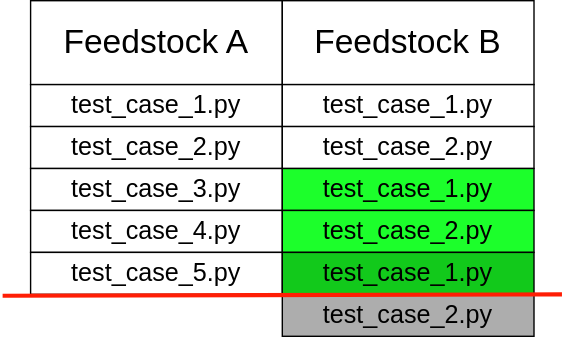
Above: docs/assets/integration-tests/scenarios-extension-2-dark.svg in regro/cf-scripts (draw.io), before the change. Source tidied: cells renumbered, new cells last; positions are measured from the earlier drawing's top-left corner, leaving out a move shared by most shapes.
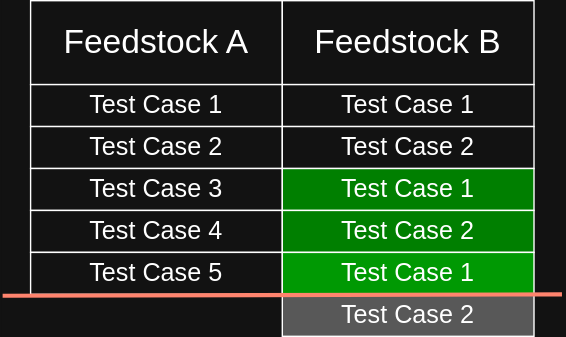
After the change.

What changed in the source:
```diff
@@ -8,37 +8,37 @@
     <mxCell id="3" value="&lt;font style=&quot;font-size: 24px;&quot; face=&quot;Helvetica&quot;&gt;Feedstock B&lt;/font&gt;" style="rounded=0;whiteSpace=wrap;html=1;" parent="1" vertex="1">
       <mxGeometry x="200" width="180" height="60" as="geometry" />
     </mxCell>
-    <mxCell id="4" value="&lt;font style=&quot;font-size: 18px;&quot; face=&quot;Helvetica&quot;&gt;test_case_1.py&lt;/font&gt;" style="rounded=0;whiteSpace=wrap;html=1;" parent="1" vertex="1">
+    <mxCell id="4" value="&lt;font style=&quot;font-size: 18px;&quot; face=&quot;Helvetica&quot;&gt;Test Case 1&lt;/font&gt;" style="rounded=0;whiteSpace=wrap;html=1;" parent="1" vertex="1">
       <mxGeometry x="20" y="60" width="180" height="30" as="geometry" />
     </mxCell>
-    <mxCell id="5" value="&lt;font style=&quot;font-size: 18px;&quot; face=&quot;Helvetica&quot;&gt;test_case_2.py&lt;/font&gt;" style="rounded=0;whiteSpace=wrap;html=1;" parent="1" vertex="1">
+    <mxCell id="5" value="&lt;font style=&quot;font-size: 18px;&quot; face=&quot;Helvetica&quot;&gt;Test Case 2&lt;/font&gt;" style="rounded=0;whiteSpace=wrap;html=1;" parent="1" vertex="1">
       <mxGeometry x="20" y="90" width="180" height="30" as="geometry" />
     </mxCell>
-    <mxCell id="6" value="&lt;font style=&quot;font-size: 18px;&quot; face=&quot;Helvetica&quot;&gt;test_case_3.py&lt;/font&gt;" style="rounded=0;whiteSpace=wrap;html=1;" parent="1" vertex="1">
+    <mxCell id="6" value="&lt;font style=&quot;font-size: 18px;&quot; face=&quot;Helvetica&quot;&gt;Test Case 3&lt;/font&gt;" style="rounded=0;whiteSpace=wrap;html=1;" parent="1" vertex="1">
       <mxGeometry x="20" y="120" width="180" height="30" as="geometry" />
     </mxCell>
-    <mxCell id="7" value="&lt;font style=&quot;font-size: 18px;&quot; face=&quot;Helvetica&quot;&gt;test_case_1.py&lt;/font&gt;" style="rounded=0;whiteSpace=wrap;html=1;" parent="1" vertex="1">
+    <mxCell id="7" value="&lt;span style=&quot;font-size: 18px;&quot;&gt;Test Case 1&lt;/span&gt;" style="rounded=0;whiteSpace=wrap;html=1;" parent="1" vertex="1">
       <mxGeometry x="200" y="60" width="180" height="30" as="geometry" />
     </mxCell>
-    <mxCell id="8" value="&lt;font style=&quot;font-size: 18px;&quot; face=&quot;Helvetica&quot;&gt;test_case_2.py&lt;/font&gt;" style="rounded=0;whiteSpace=wrap;html=1;" parent="1" vertex="1">
+    <mxCell id="8" value="&lt;span style=&quot;font-size: 18px;&quot;&gt;Test Case 2&lt;/span&gt;" style="rounded=0;whiteSpace=wrap;html=1;" parent="1" vertex="1">
       <mxGeometry x="200" y="90" width="180" height="30" as="geometry" />
     </mxCell>
-    <mxCell id="9" value="&lt;font style=&quot;font-size: 18px;&quot; face=&quot;Helvetica&quot;&gt;test_case_4.py&lt;/font&gt;" style="rounded=0;whiteSpace=wrap;html=1;" parent="1" vertex="1">
+    <mxCell id="9" value="&lt;span style=&quot;font-size: 18px;&quot;&gt;Test Case 4&lt;/span&gt;" style="rounded=0;whiteSpace=wrap;html=1;" parent="1" vertex="1">
       <mxGeometry x="20" y="150" width="180" height="30" as="geometry" />
     </mxCell>
-    <mxCell id="10" value="&lt;font style=&quot;font-size: 18px;&quot; face=&quot;Helvetica&quot;&gt;test_case_5.py&lt;/font&gt;" style="rounded=0;whiteSpace=wrap;html=1;" parent="1" vertex="1">
+    <mxCell id="10" value="&lt;font style=&quot;font-size: 18px;&quot; face=&quot;Helvetica&quot;&gt;Test Case 5&lt;/font&gt;" style="rounded=0;whiteSpace=wrap;html=1;" parent="1" vertex="1">
       <mxGeometry x="20" y="180" width="180" height="30" as="geometry" />
     </mxCell>
-    <mxCell id="11" value="&lt;font style=&quot;font-size: 18px;&quot; face=&quot;Helvetica&quot;&gt;test_case_1.py&lt;/font&gt;" style="rounded=0;whiteSpace=wrap;html=1;fillColor=#1CFF2B;" parent="1" vertex="1">
+    <mxCell id="11" value="&lt;span style=&quot;font-size: 18px;&quot;&gt;Test Case 1&lt;/span&gt;" style="rounded=0;whiteSpace=wrap;html=1;fillColor=#1CFF2B;" parent="1" vertex="1">
       <mxGeometry x="200" y="120" width="180" height="30" as="geometry" />
     </mxCell>
-    <mxCell id="12" value="&lt;font style=&quot;font-size: 18px;&quot; face=&quot;Helvetica&quot;&gt;test_case_2.py&lt;/font&gt;" style="rounded=0;whiteSpace=wrap;html=1;fillColor=#1CFF2B;" parent="1" vertex="1">
+    <mxCell id="12" value="&lt;span style=&quot;font-size: 18px;&quot;&gt;Test Case 2&lt;/span&gt;" style="rounded=0;whiteSpace=wrap;html=1;fillColor=#1CFF2B;" parent="1" vertex="1">
       <mxGeometry x="200" y="150" width="180" height="30" as="geometry" />
     </mxCell>
-    <mxCell id="13" value="&lt;font style=&quot;font-size: 18px;&quot; face=&quot;Helvetica&quot;&gt;test_case_1.py&lt;/font&gt;" style="rounded=0;whiteSpace=wrap;html=1;fillColor=#12C91B;" parent="1" vertex="1">
+    <mxCell id="13" value="&lt;span style=&quot;font-size: 18px;&quot;&gt;Test Case 1&lt;/span&gt;" style="rounded=0;whiteSpace=wrap;html=1;fillColor=#12C91B;" parent="1" vertex="1">
       <mxGeometry x="200" y="180" width="180" height="30" as="geometry" />
     </mxCell>
-    <mxCell id="14" value="&lt;font style=&quot;font-size: 18px;&quot; face=&quot;Helvetica&quot;&gt;test_case_2.py&lt;/font&gt;" style="rounded=0;whiteSpace=wrap;html=1;fillColor=#ADADAD;" parent="1" vertex="1">
+    <mxCell id="14" value="&lt;span style=&quot;font-size: 18px;&quot;&gt;Test Case 2&lt;/span&gt;" style="rounded=0;whiteSpace=wrap;html=1;fillColor=#ADADAD;" parent="1" vertex="1">
       <mxGeometry x="200" y="210" width="180" height="30" as="geometry" />
     </mxCell>
     <mxCell id="15" style="endArrow=none;html=1;rounded=0;strokeColor=#FF1E05;strokeWidth=3;" parent="1" edge="1">
```
